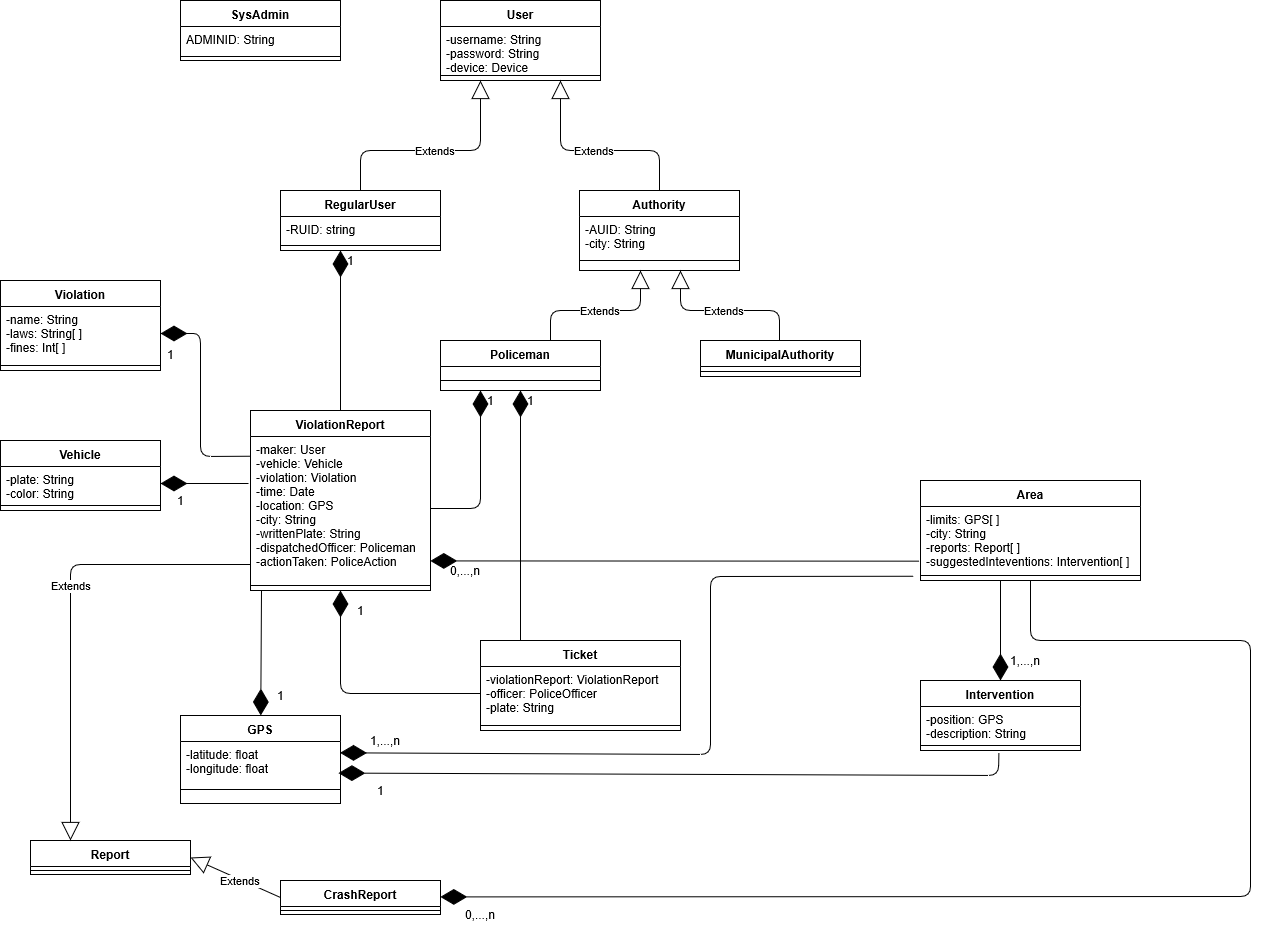
Earlier version of the draw.io export DD/Images/ADV_class_diagram.png (fafrullo2/PanzeriPeruginiPipita). Source tidied: cells renumbered, new cells last; positions are measured from the earlier drawing's top-left corner, leaving out a move shared by most shapes.
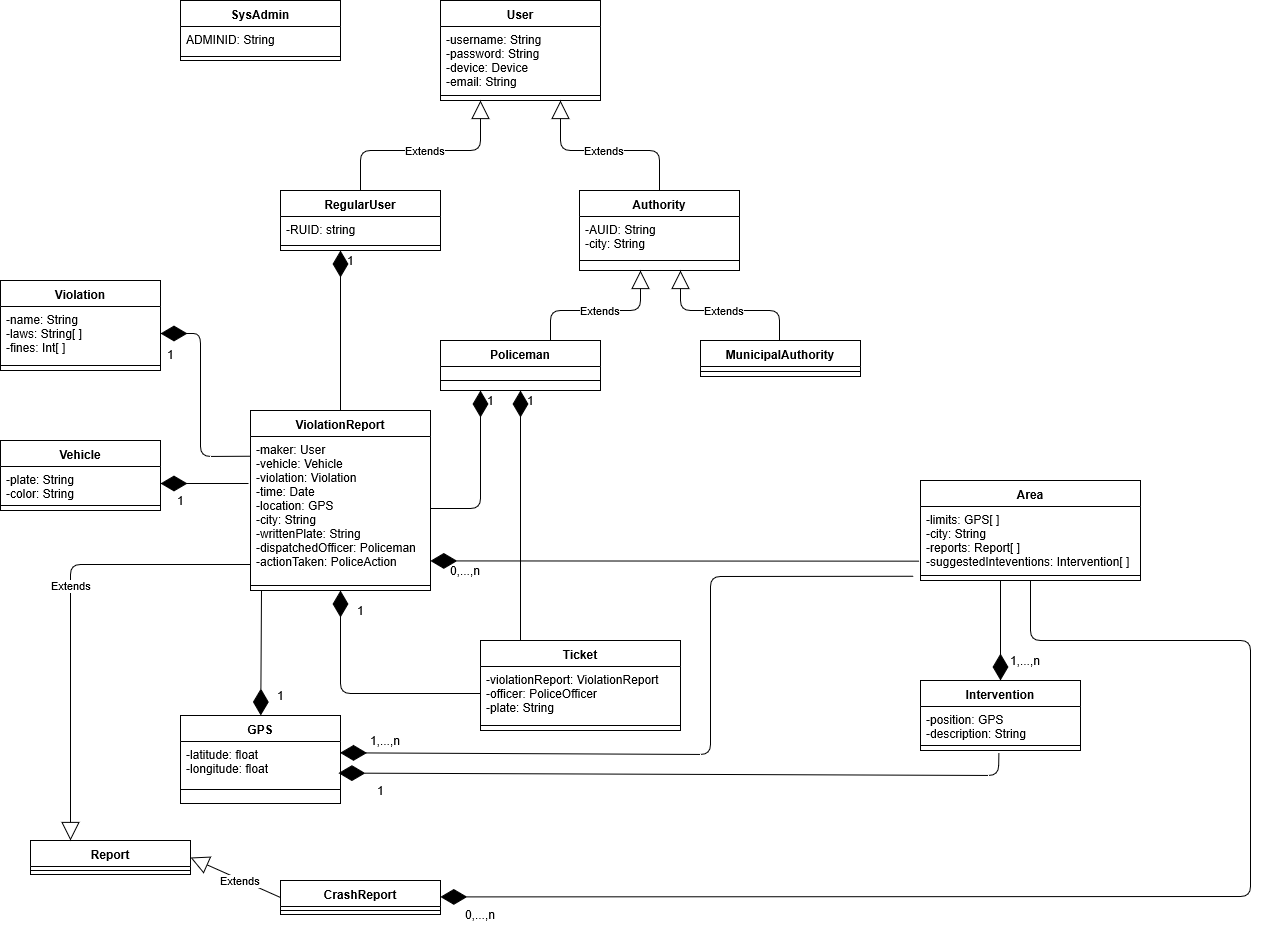
After the commit.

Diff of the diagram source:
```diff
@@ -3,13 +3,13 @@
     <mxCell id="0" />
     <mxCell id="1" parent="0" />
     <mxCell id="2" value="User" style="swimlane;fontStyle=1;align=center;verticalAlign=top;horizontal=1;startSize=26;" parent="1" vertex="1">
-      <mxGeometry x="440" width="160" height="80" as="geometry" />
+      <mxGeometry x="440" width="160" height="100" as="geometry" />
     </mxCell>
-    <mxCell id="3" value="-username: String&#10;-password: String&#10;-device: Device" style="text;strokeColor=none;fillColor=none;align=left;verticalAlign=top;spacingLeft=4;spacingRight=4;overflow=hidden;" parent="2" vertex="1">
-      <mxGeometry y="26" width="160" height="44" as="geometry" />
+    <mxCell id="3" value="-username: String&#10;-password: String&#10;-device: Device&#10;-email: String" style="text;strokeColor=none;fillColor=none;align=left;verticalAlign=top;spacingLeft=4;spacingRight=4;overflow=hidden;" parent="2" vertex="1">
+      <mxGeometry y="26" width="160" height="64" as="geometry" />
     </mxCell>
     <mxCell id="4" style="line;strokeWidth=1;fillColor=none;align=left;verticalAlign=middle;spacingTop=-1;spacingLeft=3;spacingRight=3;labelPosition=right;" parent="2" vertex="1">
-      <mxGeometry y="70" width="160" height="10" as="geometry" />
+      <mxGeometry y="90" width="160" height="10" as="geometry" />
     </mxCell>
     <mxCell id="5" value="RegularUser" style="swimlane;fontStyle=1;align=center;verticalAlign=top;horizontal=1;startSize=26;" parent="1" vertex="1">
       <mxGeometry x="280" y="190" width="160" height="60" as="geometry" />
```
